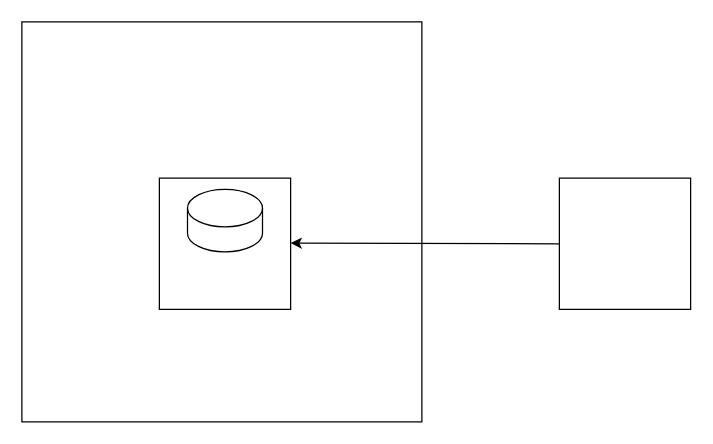
This is feob構成図.drawio from bug98/diagrams, a draw.io file, before an edit. Source tidied: cells renumbered, new cells numbered last; positions are measured from the earlier drawing's top-left corner, leaving out a move shared by most shapes. Both pictures are drawn from the tidied source at 125%, with x=0, y=0 at pixel (21, 21).
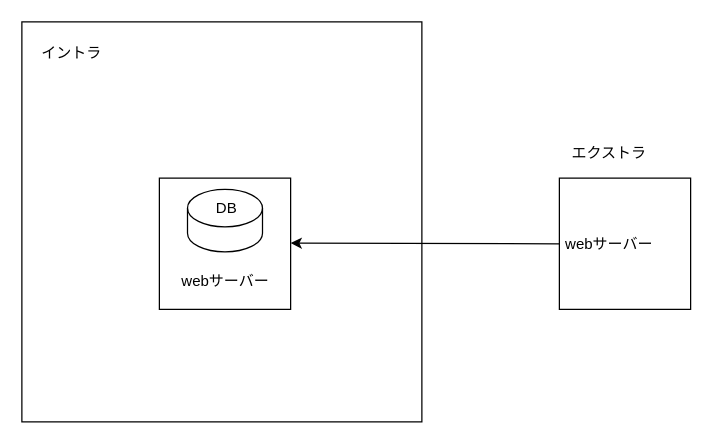
The same diagram, later.

Commit message (it also covers changes not shown here):
feob構成図.drawio を更新します

Change to the diagram source:
```diff
@@
 <mxGraphModel>
   <root>
     <mxCell id="0" />
     <mxCell id="1" parent="0" />
     <mxCell id="2" style="rounded=0;whiteSpace=wrap;html=1;" parent="1" vertex="1">
       <mxGeometry width="320" height="320" as="geometry" />
     </mxCell>
     <mxCell id="3" style="whiteSpace=wrap;html=1;" parent="1" vertex="1">
       <mxGeometry x="110" y="125" width="105" height="105" as="geometry" />
     </mxCell>
     <mxCell id="4" style="shape=cylinder3;whiteSpace=wrap;html=1;boundedLbl=1;backgroundOutline=1;size=15;" parent="1" vertex="1">
       <mxGeometry x="132.5" y="134" width="60" height="50" as="geometry" />
     </mxCell>
     <mxCell id="5" style="whiteSpace=wrap;html=1;" parent="1" vertex="1">
       <mxGeometry x="430" y="125" width="105" height="105" as="geometry" />
     </mxCell>
     <mxCell id="6" style="endArrow=classic;html=1;rounded=0;exitX=0;exitY=0.5;exitDx=0;exitDy=0;" parent="1" edge="1" source="5">
       <mxGeometry relative="1" as="geometry">
         <mxPoint x="215" y="177" as="targetPoint" />
       </mxGeometry>
     </mxCell>
+    <mxCell id="7" value="イントラ" style="text;strokeColor=none;align=center;fillColor=none;html=1;verticalAlign=middle;whiteSpace=wrap;rounded=0;" parent="1" vertex="1">
+      <mxGeometry x="10" y="10" width="60" height="30" as="geometry" />
+    </mxCell>
+    <mxCell id="8" value="エクストラ" style="text;strokeColor=none;align=center;fillColor=none;html=1;verticalAlign=middle;whiteSpace=wrap;rounded=0;" parent="1" vertex="1">
+      <mxGeometry x="430" y="90" width="80" height="30" as="geometry" />
+    </mxCell>
+    <mxCell id="9" value="webサーバー" style="text;strokeColor=none;align=center;fillColor=none;html=1;verticalAlign=middle;whiteSpace=wrap;rounded=0;" parent="1" vertex="1">
+      <mxGeometry x="430" y="162.5" width="80" height="30" as="geometry" />
+    </mxCell>
+    <mxCell id="10" value="webサーバー" style="text;strokeColor=none;align=center;fillColor=none;html=1;verticalAlign=middle;whiteSpace=wrap;rounded=0;" parent="1" vertex="1">
+      <mxGeometry x="122.5" y="192.5" width="80" height="30" as="geometry" />
+    </mxCell>
+    <mxCell id="11" value="DB" style="text;strokeColor=none;align=center;fillColor=none;html=1;verticalAlign=middle;whiteSpace=wrap;rounded=0;" parent="1" vertex="1">
+      <mxGeometry x="144" y="134" width="40" height="30" as="geometry" />
+    </mxCell>
   </root>
 </mxGraphModel>
```
